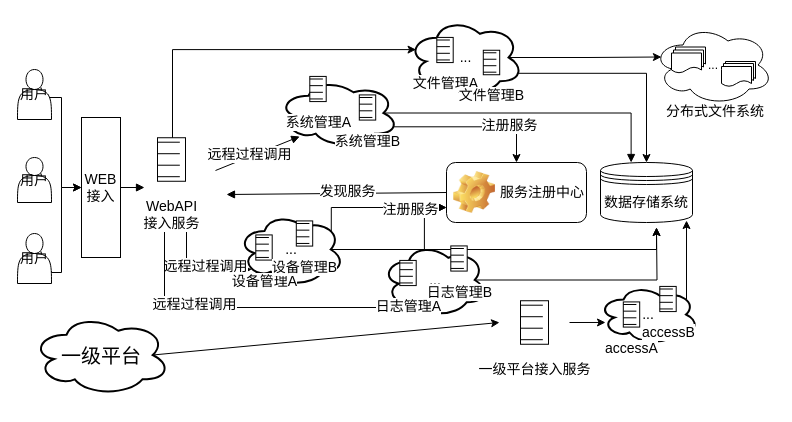
Above: framework.drawio in waterwatermelon/graph (draw.io), before the change. Source tidied: cells renumbered, new cells numbered last; positions are measured from the earlier drawing's top-left corner, leaving out a move shared by most shapes. Both pictures are drawn from the tidied source at 100%, with x=0, y=0 at pixel (17, 17).
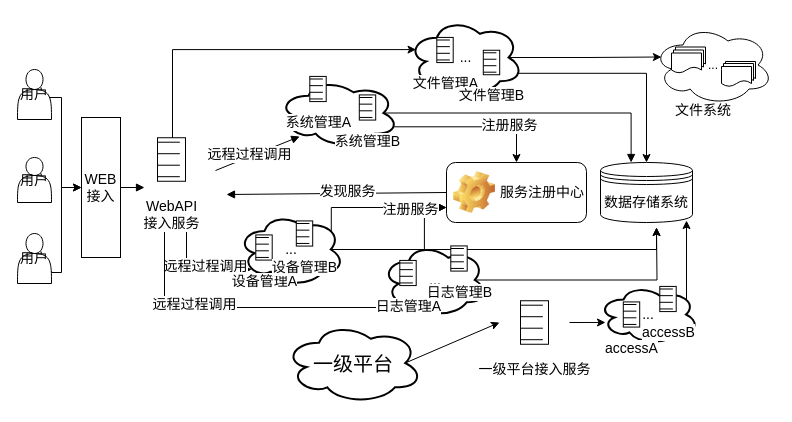
The same diagram, later.

Diff of the diagram source:
```diff
@@
     <mxCell id="27" value="&lt;font style=&quot;font-size: 20px&quot;&gt;一级平台&lt;/font&gt;" style="ellipse;shape=cloud;strokeWidth=2;fontSize=14;whiteSpace=wrap;html=1;align=center;" parent="1" vertex="1">
-      <mxGeometry x="14.5" y="297" width="138" height="81" as="geometry" />
+      <mxGeometry x="267" y="305" width="138" height="81" as="geometry" />
     </mxCell>
@@
-    <mxCell id="53" value="&lt;font style=&quot;font-size: 14px&quot;&gt;分布式文件系统&lt;/font&gt;" style="text;html=1;align=left;verticalAlign=top;spacingTop=-4;" parent="1" vertex="1">
-      <mxGeometry x="647" y="83" width="110" height="20" as="geometry" />
+    <mxCell id="53" value="&lt;font style=&quot;font-size: 14px&quot;&gt;文件系统&lt;/font&gt;" style="text;html=1;align=left;verticalAlign=top;spacingTop=-4;" parent="1" vertex="1">
+      <mxGeometry x="656" y="82" width="70" height="20" as="geometry" />
     </mxCell>
```
